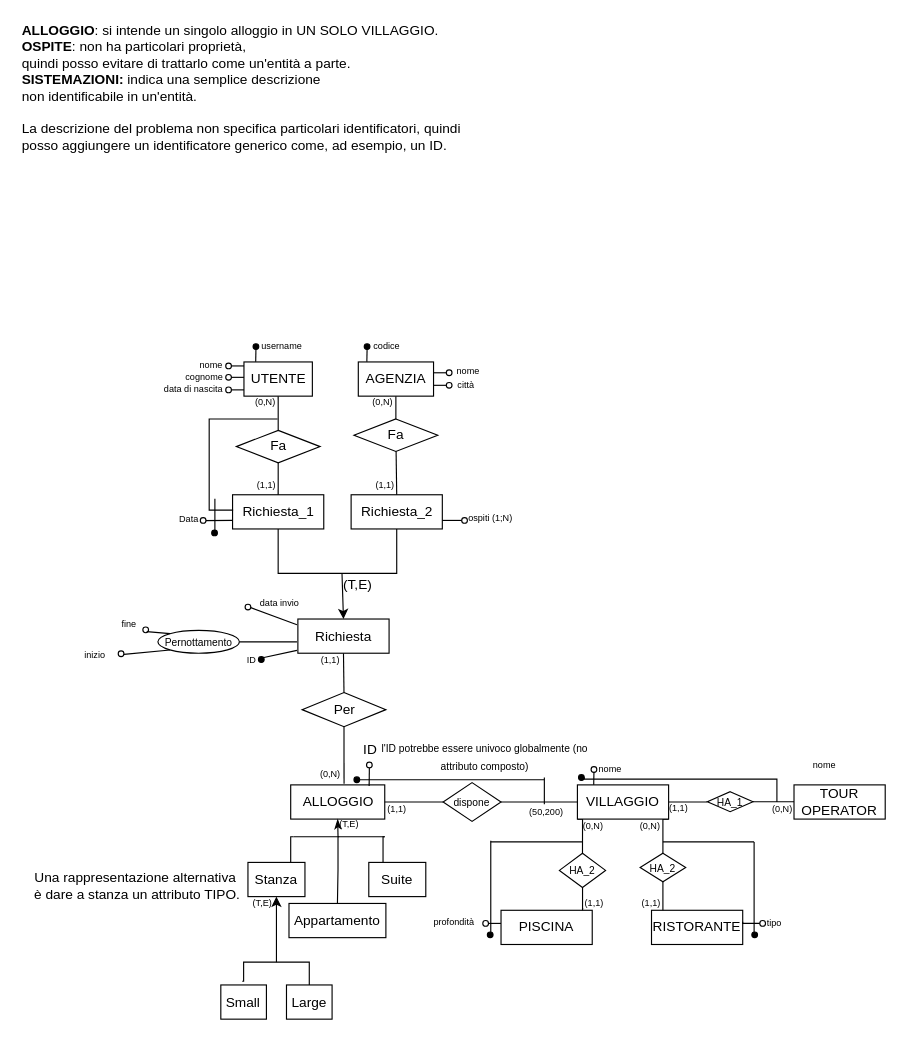
Above: year_2/half_2/basi_di_dati/agenzia_viaggi.drawio in StayLode/university (draw.io), before the change. Source tidied: cells renumbered, new cells numbered last; positions are measured from the earlier drawing's top-left corner, leaving out a move shared by most shapes. Both pictures are drawn from the tidied source at 114%, with x=0, y=0 at pixel (19, 19).
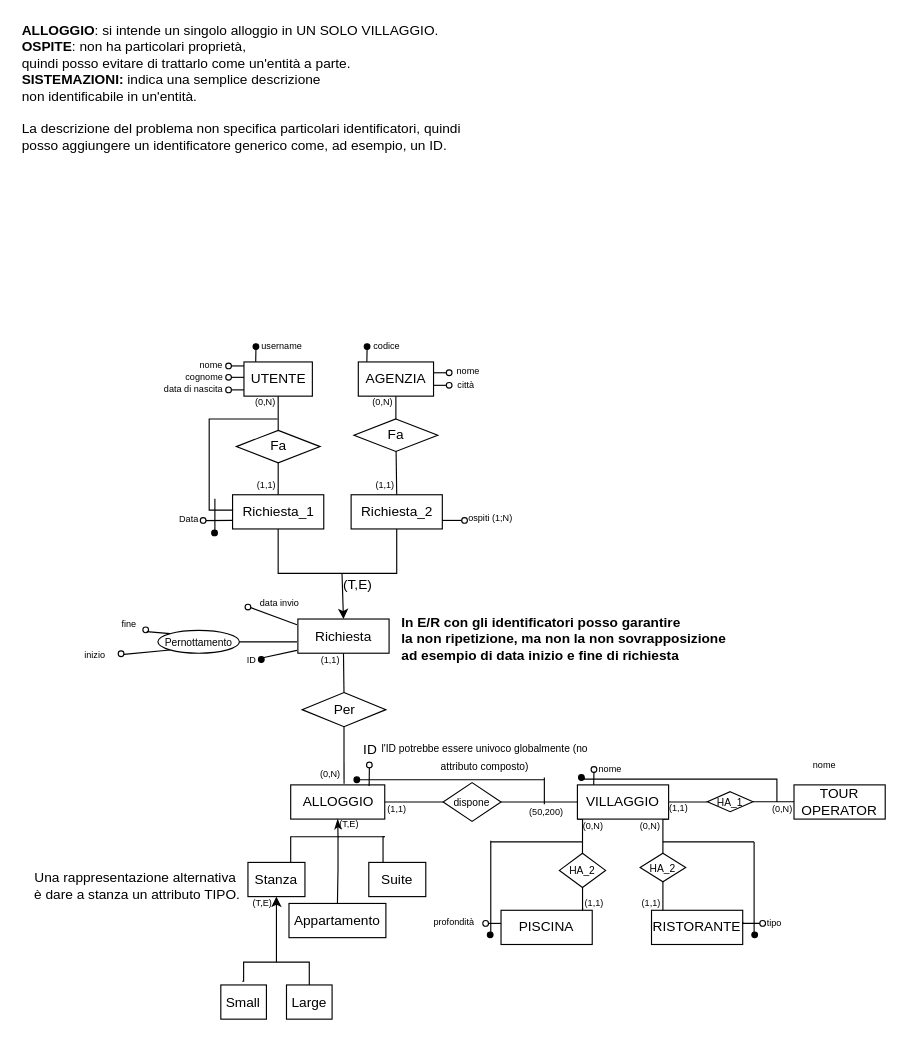
Above is the later version.

The edit, as a diff of the source:
```diff
@@
+    <mxCell id="151" value="&lt;b&gt;In E/R con gli identificatori posso garantire&lt;br&gt;la non ripetizione, ma non la non sovrapposizione&lt;br&gt;ad esempio di data inizio e fine di richiesta&lt;/b&gt;" style="text;html=1;align=left;verticalAlign=middle;" parent="1" vertex="1">
+      <mxGeometry x="333" y="517.5" width="300" height="50" as="geometry" />
+    </mxCell>
```
